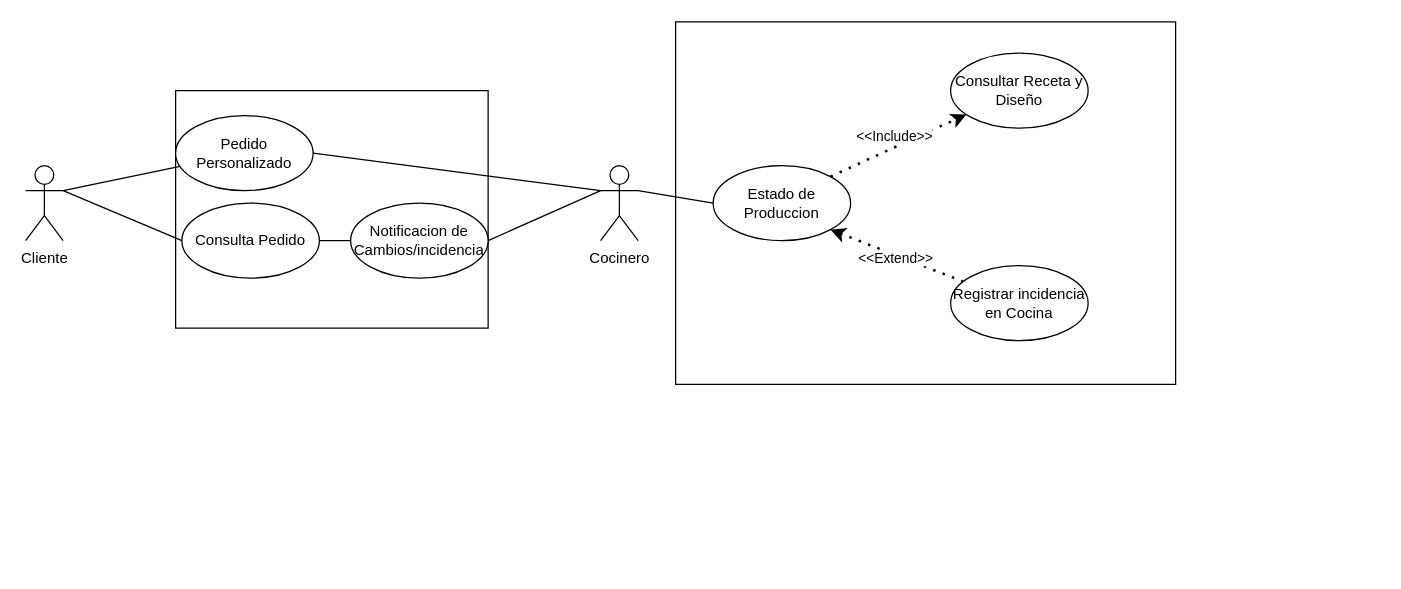
Above: Diagrama de casos de uso (orden de trabajo).drawio in jorgeortizcastillo2020-hue/MSI_JJ_PARADIGMA4-1_IEC_N2_C1 (draw.io), before the change. Source tidied: cells renumbered, new cells numbered last; positions are measured from the earlier drawing's top-left corner, leaving out a move shared by most shapes. Both pictures are drawn from the tidied source at 125%, with x=0, y=0 at pixel (25, 21).
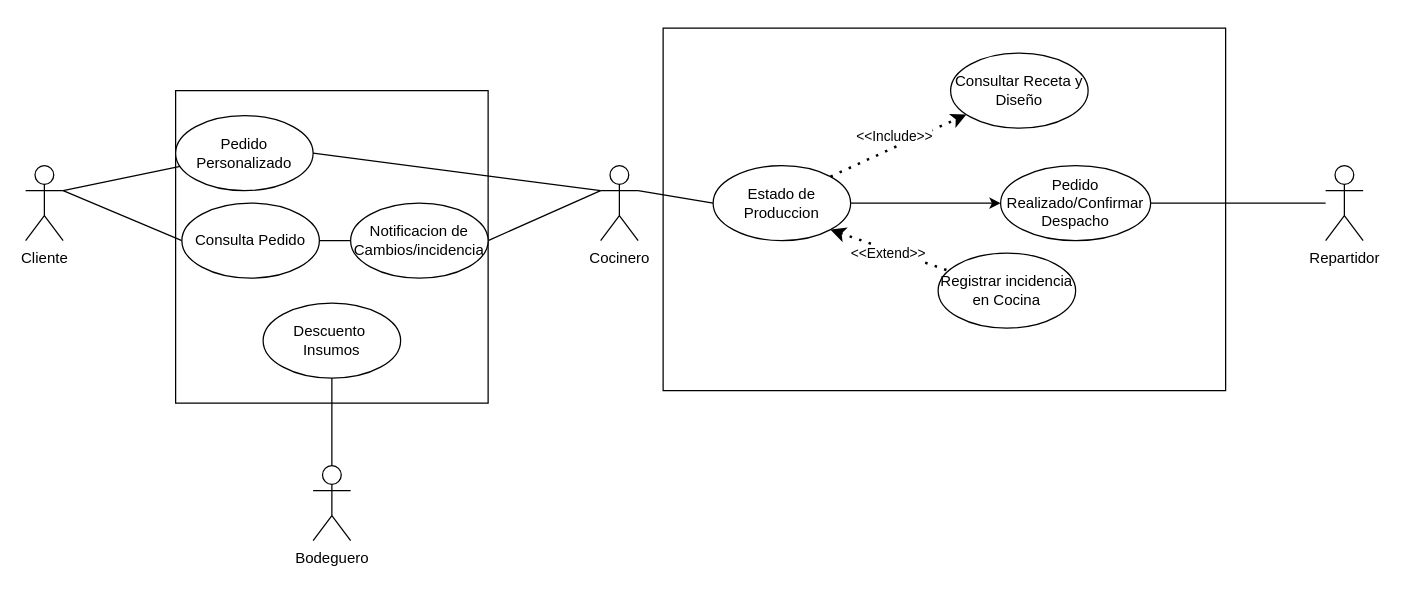
Above is the later version.

The change refers to these unchanged cells:
```xml
<mxCell id="12" value="Estado de Produccion" style="ellipse;whiteSpace=wrap;html=1;shapeInside=1;" parent="1" vertex="1">
  <mxGeometry x="550" y="115" width="110" height="60" as="geometry" />
</mxCell>
```

The edit, as a diff of the source:
```diff
@@
     <mxCell id="2" style="rounded=0;whiteSpace=wrap;html=1;" parent="1" vertex="1">
-      <mxGeometry x="520" width="400" height="290" as="geometry" />
+      <mxGeometry x="510" y="5" width="450" height="290" as="geometry" />
     </mxCell>
@@
     <mxCell id="6" style="rounded=0;whiteSpace=wrap;html=1;" parent="1" vertex="1">
-      <mxGeometry x="120" y="55" width="250" height="190" as="geometry" />
+      <mxGeometry x="120" y="55" width="250" height="250" as="geometry" />
     </mxCell>
@@
+    <mxCell id="22" style="edgeStyle=orthogonalEdgeStyle;rounded=0;jettySize=auto;html=1;exitX=1;exitY=0.5;exitDx=0;exitDy=0;entryX=0;entryY=0.5;entryDx=0;entryDy=0;defaultLabelBackgroundColor=page;" parent="1" edge="1" source="12" target="27">
+      <mxGeometry relative="1" as="geometry" />
+    </mxCell>
@@
     <mxCell id="14" value="Registrar incidencia en Cocina" style="ellipse;whiteSpace=wrap;html=1;shapeInside=1;" parent="1" vertex="1">
-      <mxGeometry x="740" y="195" width="110" height="60" as="geometry" />
+      <mxGeometry x="730" y="185" width="110" height="60" as="geometry" />
     </mxCell>
@@
+    <mxCell id="23" value="Descuento&amp;nbsp;&lt;div&gt;Insumos&lt;/div&gt;" style="ellipse;whiteSpace=wrap;html=1;shapeInside=1;" parent="1" vertex="1">
+      <mxGeometry x="190" y="225" width="110" height="60" as="geometry" />
+    </mxCell>
+    <mxCell id="24" value="Bodeguero" style="shape=umlActor;verticalLabelPosition=bottom;verticalAlign=top;html=1;outlineConnect=0;labelPerimeter=1;" parent="1" vertex="1">
+      <mxGeometry x="230" y="355" width="30" height="60" as="geometry" />
+    </mxCell>
+    <mxCell id="25" style="rounded=0;jettySize=auto;html=1;exitX=0.5;exitY=1;exitDx=0;exitDy=0;entryX=0.5;entryY=0;entryDx=0;entryDy=0;entryPerimeter=0;defaultLabelBackgroundColor=page;endArrow=none;endFill=0;" parent="1" edge="1" source="23" target="24">
+      <mxGeometry relative="1" as="geometry" />
+    </mxCell>
+    <mxCell id="26" style="rounded=0;jettySize=auto;html=1;exitX=1;exitY=0.5;exitDx=0;exitDy=0;defaultLabelBackgroundColor=page;endArrow=none;endFill=0;" parent="1" edge="1" source="27" target="28">
+      <mxGeometry relative="1" as="geometry" />
+    </mxCell>
+    <mxCell id="27" value="Pedido Realizado/Confirmar Despacho" style="ellipse;whiteSpace=wrap;html=1;shapeInside=1;" parent="1" vertex="1">
+      <mxGeometry x="780" y="115" width="120" height="60" as="geometry" />
+    </mxCell>
+    <mxCell id="28" value="Repartidor" style="shape=umlActor;verticalLabelPosition=bottom;verticalAlign=top;html=1;outlineConnect=0;labelPerimeter=1;" parent="1" vertex="1">
+      <mxGeometry x="1040" y="115" width="30" height="60" as="geometry" />
+    </mxCell>
```
